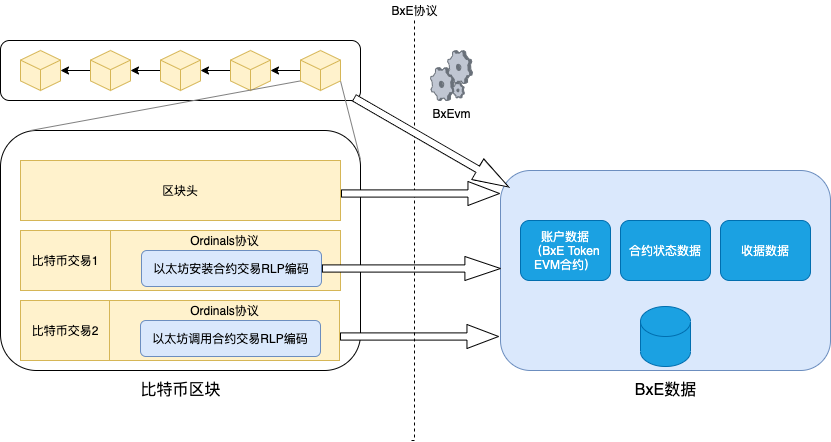
bxelab/whitepaper keeps this draw.io diagram as image/BxEvm.png. Above is the earlier version. Source tidied: cells renumbered, new cells last; positions are measured from the earlier drawing's top-left corner, leaving out a move shared by most shapes. Its diagram source:
```xml
<mxGraphModel>
  <root>
    <mxCell id="0" />
    <mxCell id="1" parent="0" />
    <mxCell id="2" style="rounded=1;whiteSpace=wrap;html=1;fillColor=#dae8fc;strokeColor=#6c8ebf;" parent="1" vertex="1">
      <mxGeometry x="500" y="170" width="330" height="200" as="geometry" />
    </mxCell>
    <mxCell id="3" style="rounded=1;whiteSpace=wrap;html=1;" parent="1" vertex="1">
      <mxGeometry y="130" width="360" height="240" as="geometry" />
    </mxCell>
    <mxCell id="4" value="比特币交易1" style="rounded=0;whiteSpace=wrap;html=1;fillColor=#fff2cc;strokeColor=#d6b656;" parent="1" vertex="1">
      <mxGeometry x="20" y="230" width="90" height="60" as="geometry" />
    </mxCell>
    <mxCell id="5" value="比特币交易2" style="rounded=0;whiteSpace=wrap;html=1;fillColor=#fff2cc;strokeColor=#d6b656;" parent="1" vertex="1">
      <mxGeometry x="20" y="300" width="90" height="60" as="geometry" />
    </mxCell>
    <mxCell id="6" value="隔离见证" style="rounded=0;whiteSpace=wrap;html=1;fillColor=#fff2cc;strokeColor=#d6b656;" parent="1" vertex="1">
      <mxGeometry x="110" y="230" width="230" height="60" as="geometry" />
    </mxCell>
    <mxCell id="7" value="以太坊安装合约交易RLP编码" style="rounded=1;whiteSpace=wrap;html=1;fillColor=#dae8fc;strokeColor=#6c8ebf;" parent="1" vertex="1">
      <mxGeometry x="141" y="250" width="180" height="36" as="geometry" />
    </mxCell>
    <mxCell id="8" value="隔离见证" style="rounded=0;whiteSpace=wrap;html=1;fillColor=#fff2cc;strokeColor=#d6b656;" parent="1" vertex="1">
      <mxGeometry x="109" y="300" width="230" height="60" as="geometry" />
    </mxCell>
    <mxCell id="9" value="以太坊调用合约交易RLP编码" style="rounded=1;whiteSpace=wrap;html=1;fillColor=#dae8fc;strokeColor=#6c8ebf;" parent="1" vertex="1">
      <mxGeometry x="140" y="320" width="180" height="36" as="geometry" />
    </mxCell>
    <mxCell id="10" value="区块头" style="rounded=0;whiteSpace=wrap;html=1;fillColor=#fff2cc;strokeColor=#d6b656;" parent="1" vertex="1">
      <mxGeometry x="20" y="160" width="320" height="60" as="geometry" />
    </mxCell>
    <mxCell id="11" value="账户数据&lt;br&gt;（BxE Token&lt;br&gt;EVM合约）" style="rounded=1;whiteSpace=wrap;html=1;fillColor=#1ba1e2;strokeColor=#006EAF;fontColor=#ffffff;" parent="1" vertex="1">
      <mxGeometry x="520" y="220" width="90" height="60" as="geometry" />
    </mxCell>
    <mxCell id="12" value="BxEvm" style="verticalLabelPosition=bottom;sketch=0;html=1;verticalAlign=top;strokeColor=none;align=center;shape=mxgraph.citrix.process;" parent="1" vertex="1">
      <mxGeometry x="430" y="50" width="41.9" height="50" as="geometry" />
    </mxCell>
    <mxCell id="13" style="shape=cylinder3;whiteSpace=wrap;html=1;boundedLbl=1;backgroundOutline=1;size=15;fillColor=#1ba1e2;strokeColor=#006EAF;fontColor=#ffffff;" parent="1" vertex="1">
      <mxGeometry x="640" y="306" width="50" height="60" as="geometry" />
    </mxCell>
    <mxCell id="14" value="合约状态数据" style="rounded=1;whiteSpace=wrap;html=1;fillColor=#1ba1e2;strokeColor=#006EAF;fontColor=#ffffff;" parent="1" vertex="1">
      <mxGeometry x="620" y="220" width="90" height="60" as="geometry" />
    </mxCell>
    <mxCell id="15" value="收据数据" style="rounded=1;whiteSpace=wrap;html=1;fillColor=#1ba1e2;strokeColor=#006EAF;fontColor=#ffffff;" parent="1" vertex="1">
      <mxGeometry x="720" y="220" width="90" height="60" as="geometry" />
    </mxCell>
    <mxCell id="16" style="shape=singleArrow;whiteSpace=wrap;html=1;" parent="1" vertex="1">
      <mxGeometry x="321.9" y="256" width="178.1" height="24" as="geometry" />
    </mxCell>
    <mxCell id="17" style="shape=singleArrow;whiteSpace=wrap;html=1;" parent="1" vertex="1">
      <mxGeometry x="340" y="324" width="158.1" height="24" as="geometry" />
    </mxCell>
    <mxCell id="18" value="Ordinals协议" style="text;html=1;align=center;verticalAlign=middle;strokeColor=none;fillColor=none;" parent="1" vertex="1">
      <mxGeometry x="184" y="230" width="80" height="20" as="geometry" />
    </mxCell>
    <mxCell id="19" value="Ordinals协议" style="text;html=1;align=center;verticalAlign=middle;strokeColor=none;fillColor=none;" parent="1" vertex="1">
      <mxGeometry x="184" y="300" width="80" height="20" as="geometry" />
    </mxCell>
    <mxCell id="20" value="比特币区块" style="text;html=1;align=center;verticalAlign=middle;strokeColor=none;fillColor=none;fontSize=16;" parent="1" vertex="1">
      <mxGeometry x="130" y="380" width="100" height="20" as="geometry" />
    </mxCell>
    <mxCell id="21" value="BxE数据" style="text;html=1;align=center;verticalAlign=middle;strokeColor=none;fillColor=none;fontSize=16;" parent="1" vertex="1">
      <mxGeometry x="625" y="380" width="80" height="20" as="geometry" />
    </mxCell>
    <mxCell id="22" style="rounded=0;jettySize=auto;html=1;fontSize=12;startArrow=none;startFill=0;endArrow=none;endFill=0;strokeWidth=1;edgeStyle=orthogonalEdgeStyle;dashed=1;" parent="1" edge="1" source="37">
      <mxGeometry relative="1" as="geometry">
        <mxPoint x="408.5" y="440" as="targetPoint" />
        <Array as="points">
          <mxPoint x="414" y="440" />
        </Array>
      </mxGeometry>
    </mxCell>
    <mxCell id="23" style="rounded=1;whiteSpace=wrap;html=1;fontSize=12;" parent="1" vertex="1">
      <mxGeometry y="40" width="360" height="60" as="geometry" />
    </mxCell>
    <mxCell id="24" style="whiteSpace=wrap;html=1;shape=mxgraph.basic.isocube;isoAngle=15;fontSize=12;fillColor=#fff2cc;strokeColor=#d6b656;" parent="1" vertex="1">
      <mxGeometry x="20" y="50" width="40" height="40" as="geometry" />
    </mxCell>
    <mxCell id="25" style="edgeStyle=none;rounded=0;jettySize=auto;html=1;fontSize=12;startArrow=none;startFill=0;endArrow=classic;endFill=1;strokeWidth=1;" parent="1" edge="1" source="26">
      <mxGeometry relative="1" as="geometry">
        <mxPoint x="60" y="70" as="targetPoint" />
      </mxGeometry>
    </mxCell>
    <mxCell id="26" style="whiteSpace=wrap;html=1;shape=mxgraph.basic.isocube;isoAngle=15;fontSize=12;fillColor=#fff2cc;strokeColor=#d6b656;" parent="1" vertex="1">
      <mxGeometry x="90" y="50" width="40" height="40" as="geometry" />
    </mxCell>
    <mxCell id="27" style="edgeStyle=none;rounded=0;jettySize=auto;html=1;fontSize=12;startArrow=none;startFill=0;endArrow=classic;endFill=1;strokeWidth=1;" parent="1" edge="1" source="28" target="26">
      <mxGeometry relative="1" as="geometry" />
    </mxCell>
    <mxCell id="28" style="whiteSpace=wrap;html=1;shape=mxgraph.basic.isocube;isoAngle=15;fontSize=12;fillColor=#fff2cc;strokeColor=#d6b656;" parent="1" vertex="1">
      <mxGeometry x="160" y="50" width="40" height="40" as="geometry" />
    </mxCell>
    <mxCell id="29" style="edgeStyle=none;rounded=0;jettySize=auto;html=1;fontSize=12;startArrow=none;startFill=0;endArrow=classic;endFill=1;strokeWidth=1;" parent="1" edge="1" source="30" target="28">
      <mxGeometry relative="1" as="geometry" />
    </mxCell>
    <mxCell id="30" style="whiteSpace=wrap;html=1;shape=mxgraph.basic.isocube;isoAngle=15;fontSize=12;fillColor=#fff2cc;strokeColor=#d6b656;" parent="1" vertex="1">
      <mxGeometry x="230" y="50" width="40" height="40" as="geometry" />
    </mxCell>
    <mxCell id="31" style="edgeStyle=none;rounded=0;jettySize=auto;html=1;entryX=1;entryY=0.5;entryDx=0;entryDy=0;entryPerimeter=0;fontSize=12;startArrow=none;startFill=0;endArrow=classic;endFill=1;strokeWidth=1;" parent="1" edge="1" source="34" target="30">
      <mxGeometry relative="1" as="geometry" />
    </mxCell>
    <mxCell id="32" style="rounded=0;jettySize=auto;html=1;fontSize=12;startArrow=none;startFill=0;endArrow=none;endFill=0;strokeWidth=1;exitX=0;exitY=0;exitDx=0;exitDy=30.39684963679536;exitPerimeter=0;strokeColor=#808080;" parent="1" edge="1" source="34">
      <mxGeometry relative="1" as="geometry">
        <mxPoint x="30" y="130" as="targetPoint" />
      </mxGeometry>
    </mxCell>
    <mxCell id="33" style="edgeStyle=none;rounded=0;jettySize=auto;html=1;entryX=1;entryY=0.121;entryDx=0;entryDy=0;entryPerimeter=0;fontSize=12;startArrow=none;startFill=0;endArrow=none;endFill=0;strokeWidth=1;exitX=0;exitY=0;exitDx=40;exitDy=30.39684963679536;exitPerimeter=0;strokeColor=#808080;" parent="1" edge="1" source="34" target="3">
      <mxGeometry relative="1" as="geometry" />
    </mxCell>
    <mxCell id="34" style="whiteSpace=wrap;html=1;shape=mxgraph.basic.isocube;isoAngle=15;fontSize=12;fillColor=#fff2cc;strokeColor=#d6b656;" parent="1" vertex="1">
      <mxGeometry x="300" y="50" width="40" height="40" as="geometry" />
    </mxCell>
    <mxCell id="35" style="shape=singleArrow;whiteSpace=wrap;html=1;rotation=30;" parent="1" vertex="1">
      <mxGeometry x="341.9" y="130" width="178.1" height="24" as="geometry" />
    </mxCell>
    <mxCell id="36" style="shape=singleArrow;whiteSpace=wrap;html=1;" parent="1" vertex="1">
      <mxGeometry x="341" y="181" width="158.1" height="24" as="geometry" />
    </mxCell>
    <mxCell id="37" value="BxE协议" style="text;html=1;align=center;verticalAlign=middle;points=[];strokeColor=none;fillColor=none;" parent="1" vertex="1">
      <mxGeometry x="384" width="60" height="20" as="geometry" />
    </mxCell>
  </root>
</mxGraphModel>
```
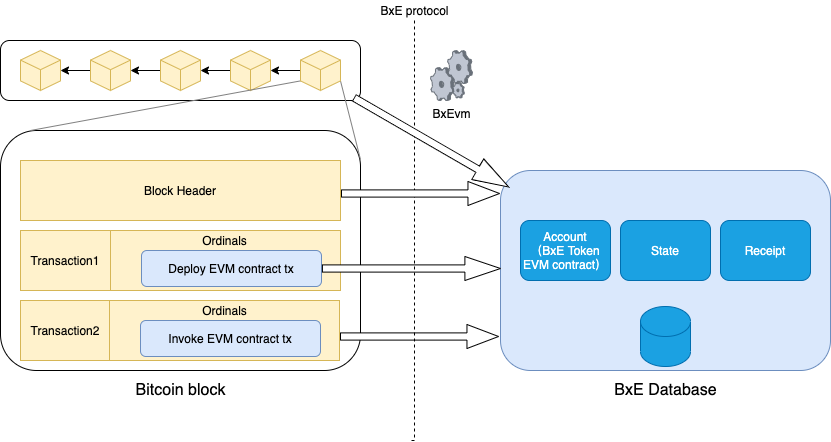
Above is the later version.

Diff of the diagram source:
```diff
@@ -8,28 +8,28 @@
     <mxCell id="3" style="rounded=1;whiteSpace=wrap;html=1;" parent="1" vertex="1">
       <mxGeometry y="130" width="360" height="240" as="geometry" />
     </mxCell>
-    <mxCell id="4" value="比特币交易1" style="rounded=0;whiteSpace=wrap;html=1;fillColor=#fff2cc;strokeColor=#d6b656;" parent="1" vertex="1">
+    <mxCell id="4" value="Transaction1" style="rounded=0;whiteSpace=wrap;html=1;fillColor=#fff2cc;strokeColor=#d6b656;" parent="1" vertex="1">
       <mxGeometry x="20" y="230" width="90" height="60" as="geometry" />
     </mxCell>
-    <mxCell id="5" value="比特币交易2" style="rounded=0;whiteSpace=wrap;html=1;fillColor=#fff2cc;strokeColor=#d6b656;" parent="1" vertex="1">
+    <mxCell id="5" value="Transaction2" style="rounded=0;whiteSpace=wrap;html=1;fillColor=#fff2cc;strokeColor=#d6b656;" parent="1" vertex="1">
       <mxGeometry x="20" y="300" width="90" height="60" as="geometry" />
     </mxCell>
     <mxCell id="6" value="隔离见证" style="rounded=0;whiteSpace=wrap;html=1;fillColor=#fff2cc;strokeColor=#d6b656;" parent="1" vertex="1">
       <mxGeometry x="110" y="230" width="230" height="60" as="geometry" />
     </mxCell>
-    <mxCell id="7" value="以太坊安装合约交易RLP编码" style="rounded=1;whiteSpace=wrap;html=1;fillColor=#dae8fc;strokeColor=#6c8ebf;" parent="1" vertex="1">
+    <mxCell id="7" value="Deploy EVM contract tx" style="rounded=1;whiteSpace=wrap;html=1;fillColor=#dae8fc;strokeColor=#6c8ebf;" parent="1" vertex="1">
       <mxGeometry x="141" y="250" width="180" height="36" as="geometry" />
     </mxCell>
     <mxCell id="8" value="隔离见证" style="rounded=0;whiteSpace=wrap;html=1;fillColor=#fff2cc;strokeColor=#d6b656;" parent="1" vertex="1">
       <mxGeometry x="109" y="300" width="230" height="60" as="geometry" />
     </mxCell>
-    <mxCell id="9" value="以太坊调用合约交易RLP编码" style="rounded=1;whiteSpace=wrap;html=1;fillColor=#dae8fc;strokeColor=#6c8ebf;" parent="1" vertex="1">
+    <mxCell id="9" value="Invoke EVM contract tx" style="rounded=1;whiteSpace=wrap;html=1;fillColor=#dae8fc;strokeColor=#6c8ebf;" parent="1" vertex="1">
       <mxGeometry x="140" y="320" width="180" height="36" as="geometry" />
     </mxCell>
-    <mxCell id="10" value="区块头" style="rounded=0;whiteSpace=wrap;html=1;fillColor=#fff2cc;strokeColor=#d6b656;" parent="1" vertex="1">
+    <mxCell id="10" value="Block Header" style="rounded=0;whiteSpace=wrap;html=1;fillColor=#fff2cc;strokeColor=#d6b656;" parent="1" vertex="1">
       <mxGeometry x="20" y="160" width="320" height="60" as="geometry" />
     </mxCell>
-    <mxCell id="11" value="账户数据&lt;br&gt;（BxE Token&lt;br&gt;EVM合约）" style="rounded=1;whiteSpace=wrap;html=1;fillColor=#1ba1e2;strokeColor=#006EAF;fontColor=#ffffff;" parent="1" vertex="1">
+    <mxCell id="11" value="Account&lt;br&gt;（BxE Token&lt;br&gt;EVM contract）" style="rounded=1;whiteSpace=wrap;html=1;fillColor=#1ba1e2;strokeColor=#006EAF;fontColor=#ffffff;" parent="1" vertex="1">
       <mxGeometry x="520" y="220" width="90" height="60" as="geometry" />
     </mxCell>
     <mxCell id="12" value="BxEvm" style="verticalLabelPosition=bottom;sketch=0;html=1;verticalAlign=top;strokeColor=none;align=center;shape=mxgraph.citrix.process;" parent="1" vertex="1">
@@ -38,10 +38,10 @@
     <mxCell id="13" style="shape=cylinder3;whiteSpace=wrap;html=1;boundedLbl=1;backgroundOutline=1;size=15;fillColor=#1ba1e2;strokeColor=#006EAF;fontColor=#ffffff;" parent="1" vertex="1">
       <mxGeometry x="640" y="306" width="50" height="60" as="geometry" />
     </mxCell>
-    <mxCell id="14" value="合约状态数据" style="rounded=1;whiteSpace=wrap;html=1;fillColor=#1ba1e2;strokeColor=#006EAF;fontColor=#ffffff;" parent="1" vertex="1">
+    <mxCell id="14" value="State" style="rounded=1;whiteSpace=wrap;html=1;fillColor=#1ba1e2;strokeColor=#006EAF;fontColor=#ffffff;" parent="1" vertex="1">
       <mxGeometry x="620" y="220" width="90" height="60" as="geometry" />
     </mxCell>
-    <mxCell id="15" value="收据数据" style="rounded=1;whiteSpace=wrap;html=1;fillColor=#1ba1e2;strokeColor=#006EAF;fontColor=#ffffff;" parent="1" vertex="1">
+    <mxCell id="15" value="Receipt" style="rounded=1;whiteSpace=wrap;html=1;fillColor=#1ba1e2;strokeColor=#006EAF;fontColor=#ffffff;" parent="1" vertex="1">
       <mxGeometry x="720" y="220" width="90" height="60" as="geometry" />
     </mxCell>
     <mxCell id="16" style="shape=singleArrow;whiteSpace=wrap;html=1;" parent="1" vertex="1">
@@ -50,17 +50,17 @@
     <mxCell id="17" style="shape=singleArrow;whiteSpace=wrap;html=1;" parent="1" vertex="1">
       <mxGeometry x="340" y="324" width="158.1" height="24" as="geometry" />
     </mxCell>
-    <mxCell id="18" value="Ordinals协议" style="text;html=1;align=center;verticalAlign=middle;strokeColor=none;fillColor=none;" parent="1" vertex="1">
-      <mxGeometry x="184" y="230" width="80" height="20" as="geometry" />
+    <mxCell id="18" value="Ordinals" style="text;html=1;align=center;verticalAlign=middle;strokeColor=none;fillColor=none;" parent="1" vertex="1">
+      <mxGeometry x="194" y="230" width="60" height="20" as="geometry" />
     </mxCell>
-    <mxCell id="19" value="Ordinals协议" style="text;html=1;align=center;verticalAlign=middle;strokeColor=none;fillColor=none;" parent="1" vertex="1">
-      <mxGeometry x="184" y="300" width="80" height="20" as="geometry" />
+    <mxCell id="19" value="Ordinals" style="text;html=1;align=center;verticalAlign=middle;strokeColor=none;fillColor=none;" parent="1" vertex="1">
+      <mxGeometry x="194" y="300" width="60" height="20" as="geometry" />
     </mxCell>
-    <mxCell id="20" value="比特币区块" style="text;html=1;align=center;verticalAlign=middle;strokeColor=none;fillColor=none;fontSize=16;" parent="1" vertex="1">
-      <mxGeometry x="130" y="380" width="100" height="20" as="geometry" />
+    <mxCell id="20" value="Bitcoin block" style="text;html=1;align=center;verticalAlign=middle;strokeColor=none;fillColor=none;fontSize=16;" parent="1" vertex="1">
+      <mxGeometry x="125" y="380" width="110" height="20" as="geometry" />
     </mxCell>
-    <mxCell id="21" value="BxE数据" style="text;html=1;align=center;verticalAlign=middle;strokeColor=none;fillColor=none;fontSize=16;" parent="1" vertex="1">
-      <mxGeometry x="625" y="380" width="80" height="20" as="geometry" />
+    <mxCell id="21" value="BxE Database" style="text;html=1;align=center;verticalAlign=middle;strokeColor=none;fillColor=none;fontSize=16;" parent="1" vertex="1">
+      <mxGeometry x="605" y="380" width="120" height="20" as="geometry" />
     </mxCell>
     <mxCell id="22" style="rounded=0;jettySize=auto;html=1;fontSize=12;startArrow=none;startFill=0;endArrow=none;endFill=0;strokeWidth=1;edgeStyle=orthogonalEdgeStyle;dashed=1;" parent="1" edge="1" source="37">
       <mxGeometry relative="1" as="geometry">
@@ -116,8 +116,8 @@
     <mxCell id="36" style="shape=singleArrow;whiteSpace=wrap;html=1;" parent="1" vertex="1">
       <mxGeometry x="341" y="181" width="158.1" height="24" as="geometry" />
     </mxCell>
-    <mxCell id="37" value="BxE协议" style="text;html=1;align=center;verticalAlign=middle;points=[];strokeColor=none;fillColor=none;" parent="1" vertex="1">
-      <mxGeometry x="384" width="60" height="20" as="geometry" />
+    <mxCell id="37" value="BxE protocol" style="text;html=1;align=center;verticalAlign=middle;points=[];strokeColor=none;fillColor=none;" parent="1" vertex="1">
+      <mxGeometry x="374" width="80" height="20" as="geometry" />
     </mxCell>
   </root>
 </mxGraphModel>
```
